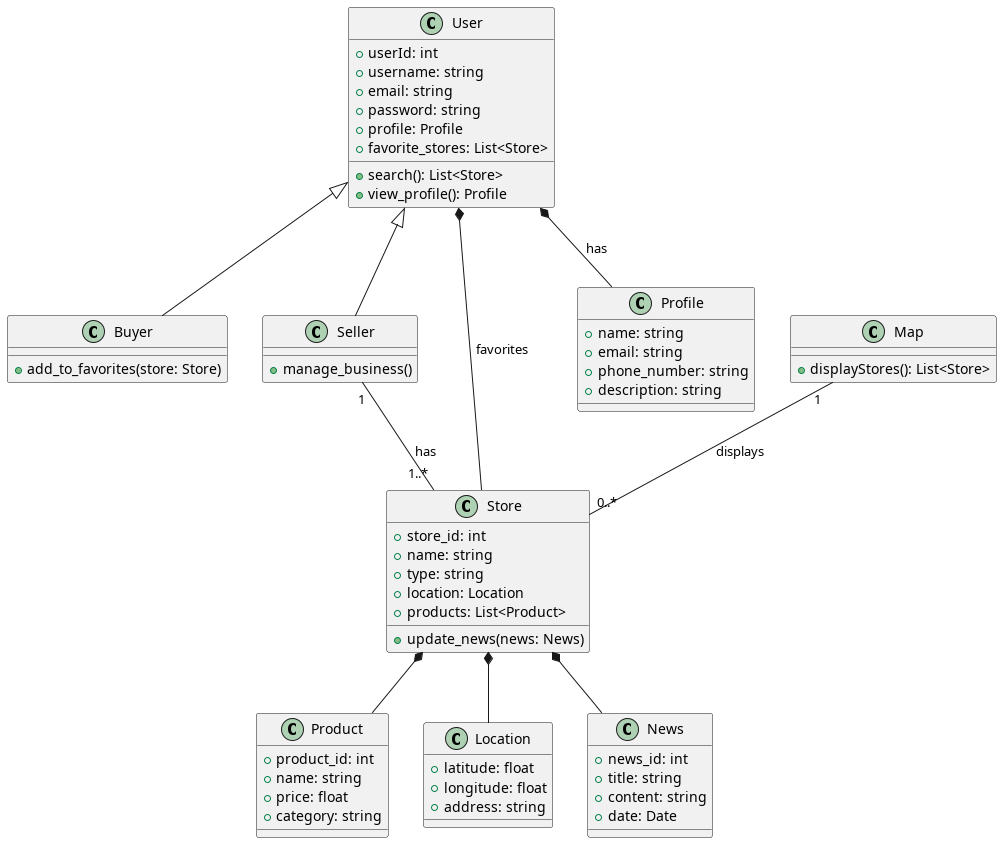
This is docs/resources/umls/domain_model.png from migalha212/ESOF-1, a PlantUML export, as it was before one commit.
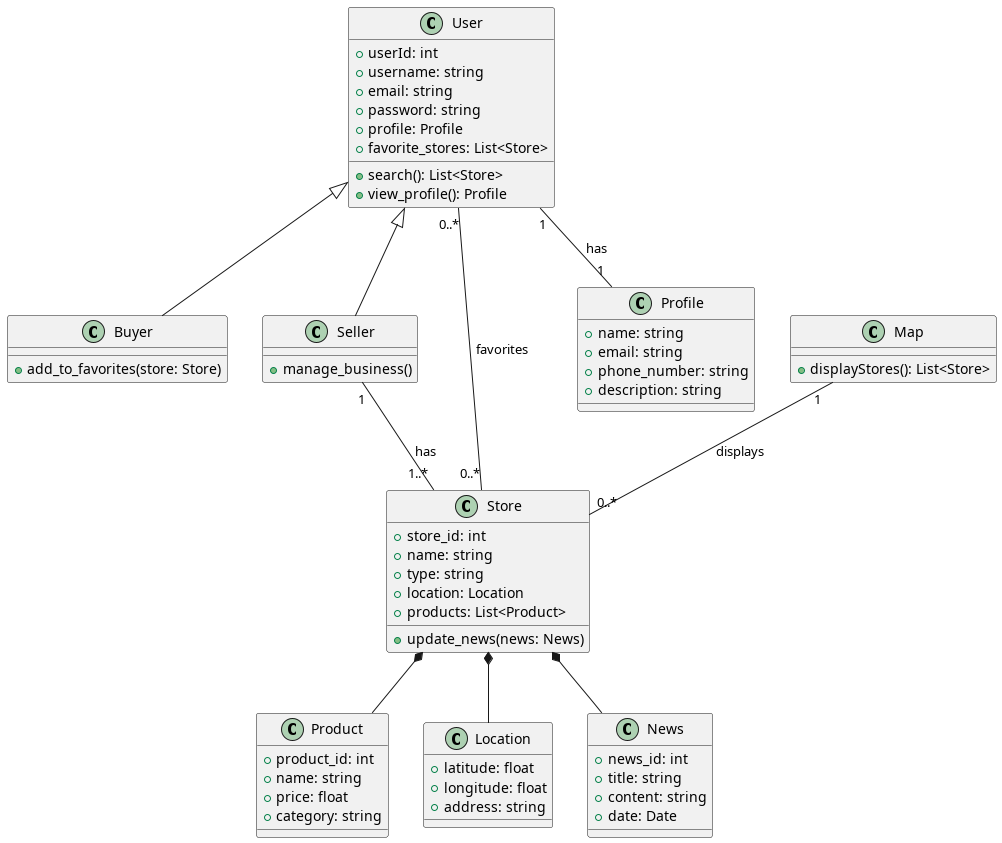
The same file after the commit.

Commit message:
uml small correction

What changed in the source:
```diff
@@ -60,12 +60,12 @@
     +displayStores(): List<Store>
 }
 
-User  *-- Profile : has
-User *-- Store : favorites
 Store *-- Product
 Store *-- Location
 Store *-- News
 
+User "0..*"--"0..*" Store : favorites
+User  "1"--"1" Profile : has
 Map "1"--"0..*" Store : displays
 Seller "1"--"1..*" Store : has
 
```
